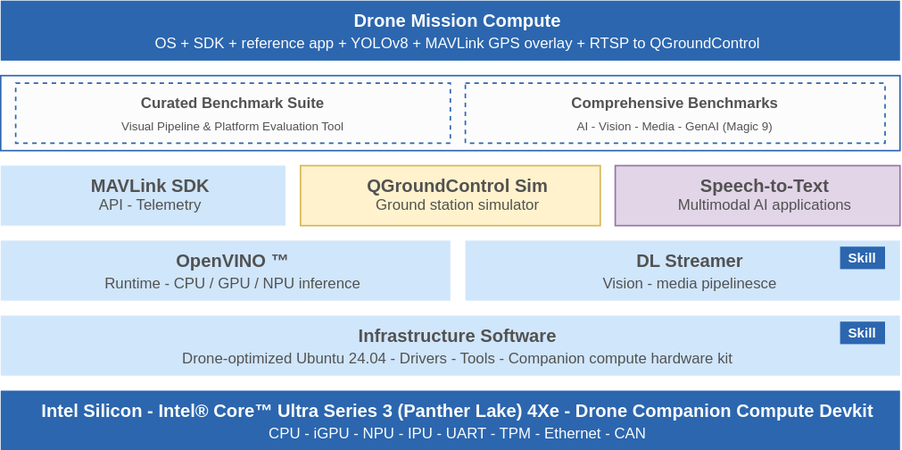
Before: federal-and-aerospace-ai-suite/uav-vision-analytics/docs/user-guide/_assets/fedaero-drone.drawio.svg, a diagram exported from draw.io (open-edge-platform/edge-ai-suites). Source tidied: cells renumbered, new cells last; positions are measured from the earlier drawing's top-left corner, leaving out a move shared by most shapes.
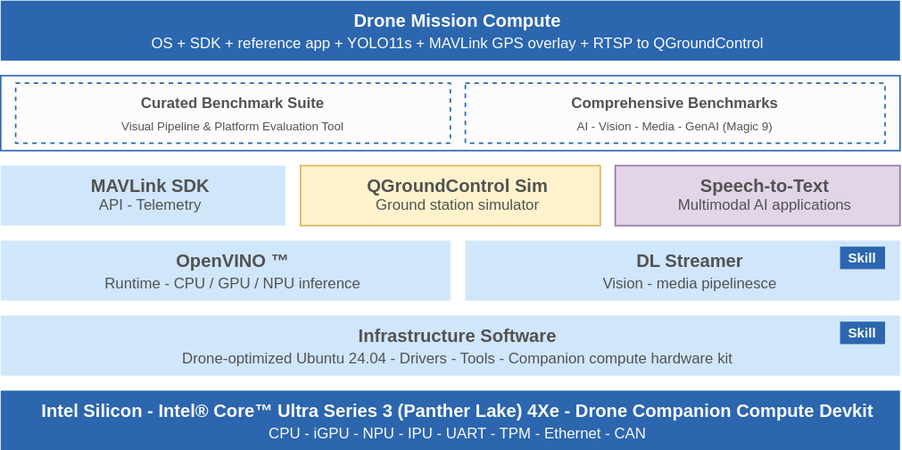
The same diagram one commit later.

The edit, as a diff of the source:
```diff
@@ -38,7 +38,7 @@
     <mxCell id="13" value="&lt;div&gt;&lt;div&gt;&lt;b style=&quot;font-size: 12px;&quot;&gt;Intel Silicon - Intel® Core™ Ultra Series 3 (Panther Lake) 4Xe - Drone Companion Compute Devkit&lt;/b&gt;&lt;/div&gt;&lt;div&gt;&lt;span style=&quot;background-color: transparent;&quot;&gt;&lt;font style=&quot;font-size: 10px;&quot;&gt;CPU - iGPU - NPU - IPU - UART - TPM - Ethernet - CAN&lt;/font&gt;&lt;/span&gt;&lt;/div&gt;&lt;/div&gt;" style="rounded=0;whiteSpace=wrap;html=1;fillColor=light-dark(#2B66AF,#49A1EF);strokeColor=none;align=center;verticalAlign=top;spacing=0;spacingLeft=10;spacingTop=2;fontSize=12;fontColor=light-dark(#FCFCFC,#0C2757);fontFamily=Helvetica;fontStyle=0;" parent="1" vertex="1">
       <mxGeometry y="260" width="600" height="40" as="geometry" />
     </mxCell>
-    <mxCell id="14" value="&lt;div&gt;&lt;div&gt;&lt;b style=&quot;font-size: 12px;&quot;&gt;Drone Mission Compute&lt;/b&gt;&lt;/div&gt;&lt;div&gt;&lt;span style=&quot;background-color: transparent;&quot;&gt;&lt;font style=&quot;font-size: 10px;&quot;&gt;OS + SDK + reference app + YOLOv8 + MAVLink GPS overlay + RTSP to QGroundControl&lt;/font&gt;&lt;/span&gt;&lt;/div&gt;&lt;/div&gt;" style="rounded=0;whiteSpace=wrap;html=1;fillColor=light-dark(#2B66AF,#49A1EF);strokeColor=none;align=center;verticalAlign=top;spacing=0;spacingLeft=10;spacingTop=2;fontSize=12;fontColor=light-dark(#FCFCFC,#0C2757);fontFamily=Helvetica;fontStyle=0;" parent="1" vertex="1">
+    <mxCell id="14" value="&lt;div&gt;&lt;div&gt;&lt;b style=&quot;font-size: 12px;&quot;&gt;Drone Mission Compute&lt;/b&gt;&lt;/div&gt;&lt;div&gt;&lt;span style=&quot;background-color: transparent;&quot;&gt;&lt;font style=&quot;font-size: 10px;&quot;&gt;OS + SDK + reference app + YOLO11s + MAVLink GPS overlay + RTSP to QGroundControl&lt;/font&gt;&lt;/span&gt;&lt;/div&gt;&lt;/div&gt;" style="rounded=0;whiteSpace=wrap;html=1;fillColor=light-dark(#2B66AF,#49A1EF);strokeColor=none;align=center;verticalAlign=top;spacing=0;spacingLeft=10;spacingTop=2;fontSize=12;fontColor=light-dark(#FCFCFC,#0C2757);fontFamily=Helvetica;fontStyle=0;" parent="1" vertex="1">
       <mxGeometry width="600" height="40" as="geometry" />
     </mxCell>
   </root>
```
